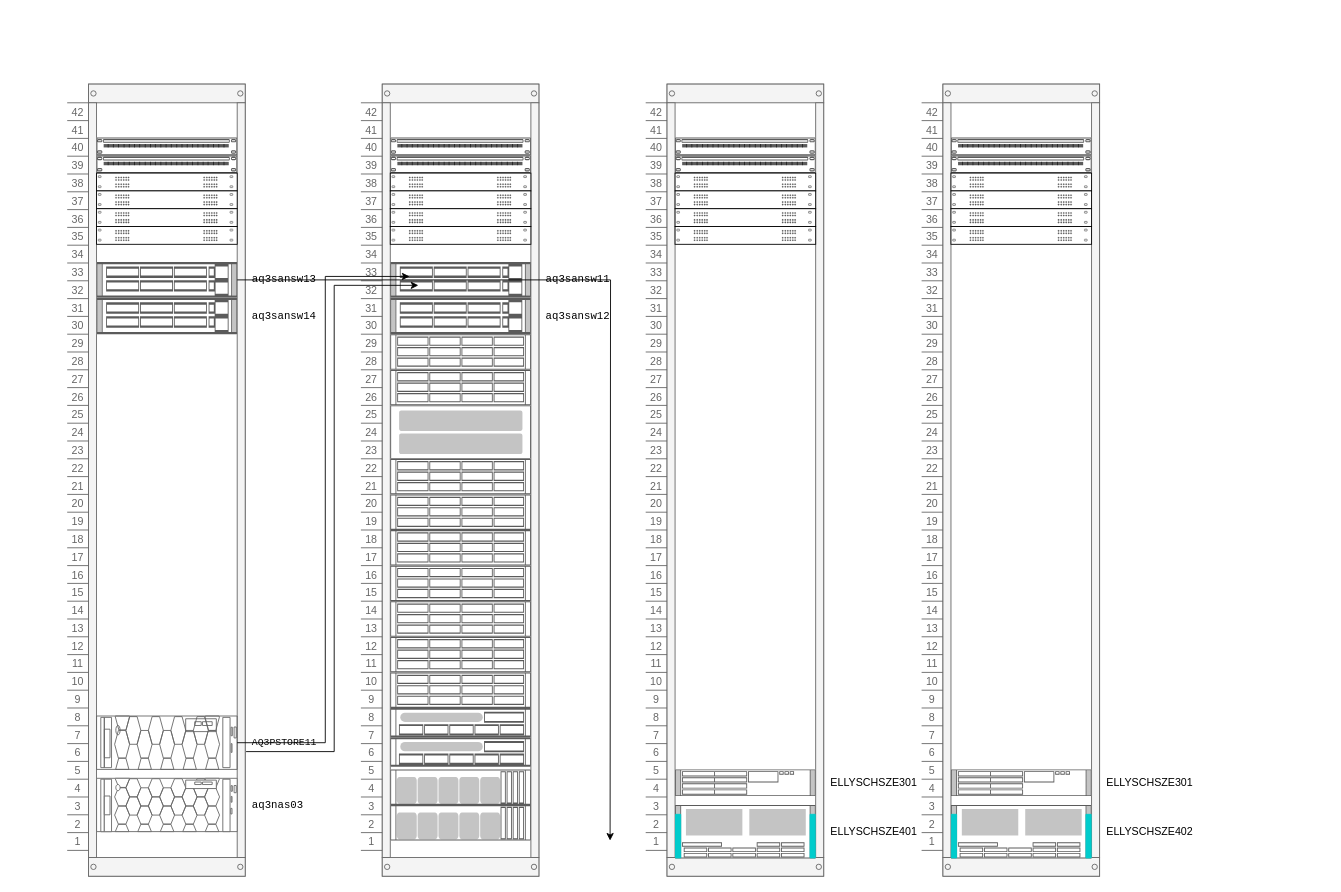
Above: storage.drawio in riku7032/draw (draw.io), before the change. Source tidied: cells renumbered, new cells numbered last; positions are measured from the earlier drawing's top-left corner, leaving out a move shared by most shapes. Both pictures are drawn from the tidied source at 89%, with x=0, y=0 at pixel (67, 84).
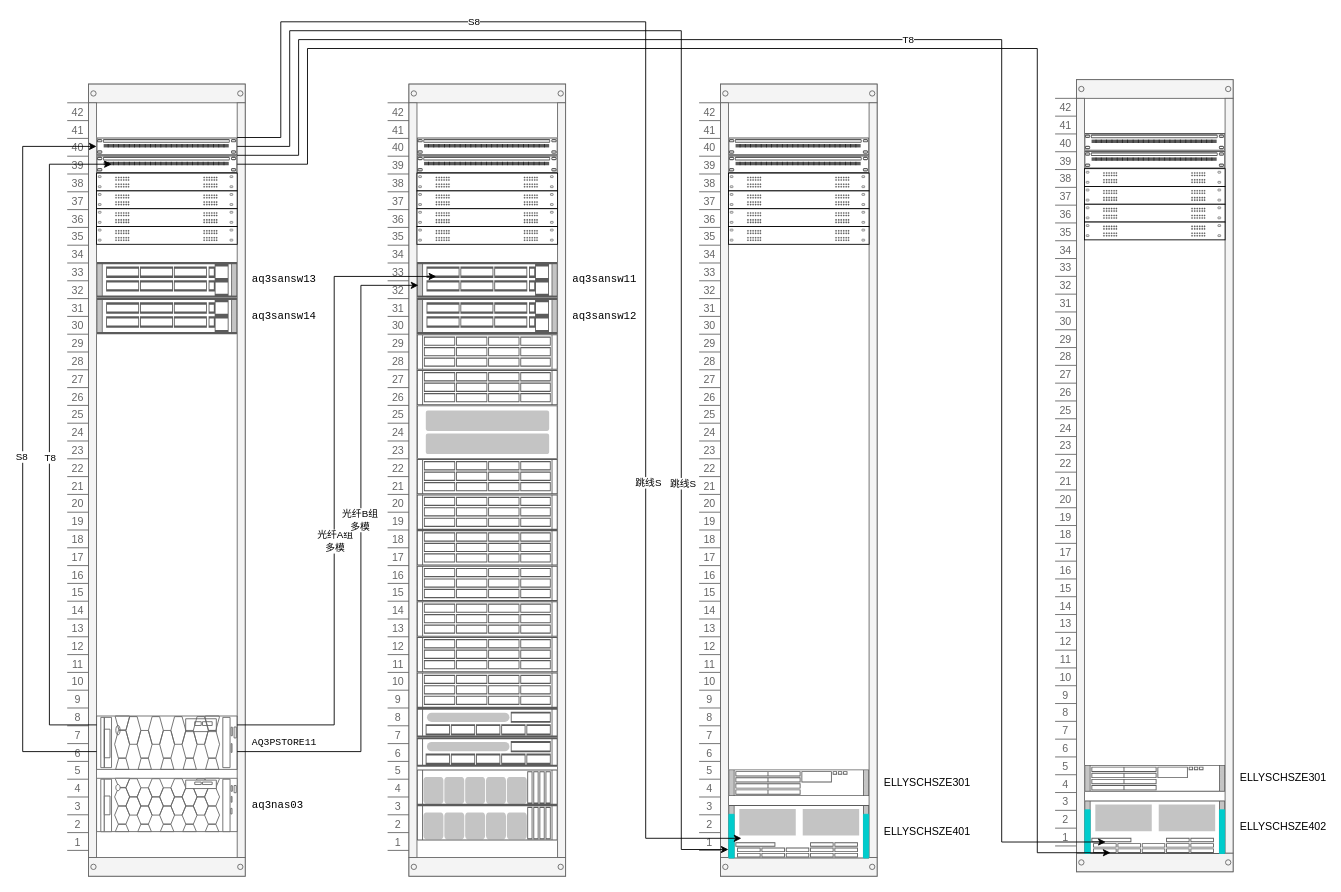
The same page after the edit.

Unchanged cells that the change refers to:
```xml
<mxCell id="2" style="strokeColor=#666666;html=1;verticalLabelPosition=bottom;labelBackgroundColor=#ffffff;verticalAlign=top;shadow=0;dashed=0;shape=mxgraph.rackGeneral.container;fillColor2=#f4f4f4;allowGaps=1;textColor=#666666;numDisp=ascend;" parent="1" vertex="1">
  <mxGeometry width="200" height="890" as="geometry" />
</mxCell>
<mxCell id="3" style="strokeColor=#666666;html=1;labelPosition=right;align=left;spacingLeft=15;shadow=0;dashed=0;outlineConnect=0;shape=mxgraph.rack.general.cat5e_rack_mount_patch_panel_24_ports;" parent="2" vertex="1">
  <mxGeometry x="33" y="60" width="158" height="20" as="geometry" />
</mxCell>
<mxCell id="4" style="strokeColor=#666666;html=1;labelPosition=right;align=left;spacingLeft=15;shadow=0;dashed=0;outlineConnect=0;shape=mxgraph.rack.general.cat5e_rack_mount_patch_panel_24_ports;" parent="2" vertex="1">
  <mxGeometry x="33" y="80" width="158" height="20" as="geometry" />
</mxCell>
<mxCell id="333" value="aq3sansw13" style="shape=mxgraph.rack.cisco.cisco_catalyst_4948_10_gigabit_ethernet_switch;html=1;labelPosition=right;align=left;spacingLeft=15;dashed=0;shadow=0;fillColor=#ffffff;fontFamily=Courier New;" parent="2" vertex="1">
  <mxGeometry x="33" y="200" width="158" height="40" as="geometry" />
</mxCell>
<mxCell id="335" value="&lt;font style=&quot;font-size: 11px&quot;&gt;AQ3PSTORE11&lt;/font&gt;" style="strokeColor=#666666;html=1;labelPosition=right;align=left;spacingLeft=15;shadow=0;dashed=0;outlineConnect=0;shape=mxgraph.rack.dell.poweredge_r7515;rounded=0;fontFamily=Courier New;fontSize=2;fillColor=none;" parent="2" vertex="1">
  <mxGeometry x="33" y="710" width="158" height="60" as="geometry" />
</mxCell>
<mxCell id="668" value="aq3sansw11" style="shape=mxgraph.rack.cisco.cisco_catalyst_4948_10_gigabit_ethernet_switch;html=1;labelPosition=right;align=left;spacingLeft=15;dashed=0;shadow=0;fillColor=#ffffff;fontFamily=Courier New;" parent="337" vertex="1">
  <mxGeometry x="33" y="200" width="158" height="40" as="geometry" />
</mxCell>
<mxCell id="1016" value="ELLYSCHSZE401" style="shape=mxgraph.rack.cisco.cisco_ucs_c460_m2_server;html=1;labelPosition=right;align=left;spacingLeft=15;dashed=0;shadow=0;fillColor=#ffffff;" parent="684" vertex="1">
  <mxGeometry x="33" y="810" width="158" height="60" as="geometry" />
</mxCell>
<mxCell id="1349" value="ELLYSCHSZE402" style="shape=mxgraph.rack.cisco.cisco_ucs_c460_m2_server;html=1;labelPosition=right;align=left;spacingLeft=15;dashed=0;shadow=0;fillColor=#ffffff;" parent="1017" vertex="1">
  <mxGeometry x="33" y="810" width="158" height="60" as="geometry" />
</mxCell>
```

Change to the diagram source:
```diff
@@
+    <mxCell id="1353" style="edgeStyle=orthogonalEdgeStyle;rounded=0;jettySize=auto;html=1;" parent="2" edge="1" source="335">
+      <mxGeometry relative="1" as="geometry">
+        <mxPoint x="50" y="90" as="targetPoint" />
+        <Array as="points">
+          <mxPoint x="-20" y="720" />
+          <mxPoint x="-20" y="90" />
+        </Array>
+      </mxGeometry>
+    </mxCell>
+    <mxCell id="1354" value="T8" style="edgeLabel;html=1;align=center;verticalAlign=middle;" parent="1353" vertex="1">
+      <mxGeometry x="-0.06" relative="1" as="geometry" />
+    </mxCell>
+    <mxCell id="1355" style="edgeStyle=orthogonalEdgeStyle;rounded=0;jettySize=auto;html=1;" parent="2" edge="1" source="335" target="3">
+      <mxGeometry relative="1" as="geometry">
+        <Array as="points">
+          <mxPoint x="-50" y="750" />
+          <mxPoint x="-50" y="70" />
+        </Array>
+      </mxGeometry>
+    </mxCell>
+    <mxCell id="1356" value="S8" style="edgeLabel;html=1;align=center;verticalAlign=middle;" parent="1355" vertex="1">
+      <mxGeometry x="-0.02" y="2" relative="1" as="geometry" />
+    </mxCell>
     <mxCell id="337" style="strokeColor=#666666;html=1;verticalLabelPosition=bottom;labelBackgroundColor=#ffffff;verticalAlign=top;shadow=0;dashed=0;shape=mxgraph.rackGeneral.container;fillColor2=#f4f4f4;allowGaps=1;textColor=#666666;numDisp=ascend;" parent="1" vertex="1">
-      <mxGeometry x="330" width="200" height="890" as="geometry" />
+      <mxGeometry x="360" width="200" height="890" as="geometry" />
     </mxCell>
@@
     <mxCell id="684" style="strokeColor=#666666;html=1;verticalLabelPosition=bottom;labelBackgroundColor=#ffffff;verticalAlign=top;shadow=0;dashed=0;shape=mxgraph.rackGeneral.container;fillColor2=#f4f4f4;allowGaps=1;textColor=#666666;numDisp=ascend;" parent="1" vertex="1">
-      <mxGeometry x="650" width="200" height="890" as="geometry" />
+      <mxGeometry x="710" width="200" height="890" as="geometry" />
     </mxCell>
@@
     <mxCell id="1017" style="strokeColor=#666666;html=1;verticalLabelPosition=bottom;labelBackgroundColor=#ffffff;verticalAlign=top;shadow=0;dashed=0;shape=mxgraph.rackGeneral.container;fillColor2=#f4f4f4;allowGaps=1;textColor=#666666;numDisp=ascend;" parent="1" vertex="1">
-      <mxGeometry x="960" width="200" height="890" as="geometry" />
+      <mxGeometry x="1110" y="-5" width="200" height="890" as="geometry" />
     </mxCell>
@@
     <mxCell id="1350" style="edgeStyle=orthogonalEdgeStyle;rounded=0;jettySize=auto;html=1;entryX=0.137;entryY=0.403;entryDx=0;entryDy=0;entryPerimeter=0;" parent="1" edge="1" source="335" target="668">
       <mxGeometry relative="1" as="geometry">
         <Array as="points">
-          <mxPoint x="290" y="740" />
-          <mxPoint x="290" y="216" />
+          <mxPoint x="300" y="720" />
+          <mxPoint x="300" y="216" />
         </Array>
       </mxGeometry>
     </mxCell>
+    <mxCell id="1357" value="光纤A组&lt;br&gt;多模" style="edgeLabel;html=1;align=center;verticalAlign=middle;" parent="1350" vertex="1">
+      <mxGeometry x="-0.13" relative="1" as="geometry" />
+    </mxCell>
-    <mxCell id="1351" style="edgeStyle=orthogonalEdgeStyle;rounded=0;orthogonalLoop=1;jettySize=auto;html=1;entryX=0.137;entryY=0.403;entryDx=0;entryDy=0;entryPerimeter=0;" parent="1" edge="1">
+    <mxCell id="1351" style="edgeStyle=orthogonalEdgeStyle;rounded=0;jettySize=auto;html=1;entryX=0.137;entryY=0.403;entryDx=0;entryDy=0;entryPerimeter=0;" parent="1" edge="1" source="335">
       <mxGeometry relative="1" as="geometry">
-        <mxPoint x="201" y="750" as="sourcePoint" />
         <mxPoint x="394.6" y="226.1" as="targetPoint" />
         <Array as="points">
-          <mxPoint x="300" y="750" />
-          <mxPoint x="300" y="226" />
+          <mxPoint x="330" y="750" />
+          <mxPoint x="330" y="226" />
         </Array>
       </mxGeometry>
     </mxCell>
+    <mxCell id="1358" value="光纤B组&lt;br&gt;多模" style="edgeLabel;html=1;align=center;verticalAlign=middle;" parent="1351" vertex="1">
+      <mxGeometry x="0.1" y="2" relative="1" as="geometry" />
+    </mxCell>
-    <mxCell id="1352" style="edgeStyle=orthogonalEdgeStyle;rounded=0;jettySize=auto;html=1;" parent="1" edge="1" source="333">
+    <mxCell id="1352" style="edgeStyle=orthogonalEdgeStyle;rounded=0;jettySize=auto;html=1;entryX=0.092;entryY=0.624;entryDx=0;entryDy=0;entryPerimeter=0;" parent="1" edge="1" source="3" target="1016">
       <mxGeometry relative="1" as="geometry">
-        <mxPoint x="610" y="850" as="targetPoint" />
+        <Array as="points">
+          <mxPoint x="240" y="60" />
+          <mxPoint x="240" y="-70" />
+          <mxPoint x="650" y="-70" />
+          <mxPoint x="650" y="847" />
+        </Array>
       </mxGeometry>
     </mxCell>
+    <mxCell id="1359" value="跳线S" style="edgeLabel;html=1;align=center;verticalAlign=middle;" parent="1352" vertex="1">
+      <mxGeometry x="0.37" y="2" relative="1" as="geometry" />
+    </mxCell>
+    <mxCell id="1360" value="S8" style="edgeLabel;html=1;align=center;verticalAlign=middle;" parent="1352" vertex="1">
+      <mxGeometry x="-0.51" y="1" relative="1" as="geometry" />
+    </mxCell>
+    <mxCell id="1361" style="edgeStyle=orthogonalEdgeStyle;rounded=0;jettySize=auto;html=1;entryX=0.151;entryY=0.776;entryDx=0;entryDy=0;entryPerimeter=0;" parent="1" edge="1" source="4" target="1349">
+      <mxGeometry relative="1" as="geometry">
+        <Array as="points">
+          <mxPoint x="260" y="80" />
+          <mxPoint x="260" y="-50" />
+          <mxPoint x="1050" y="-50" />
+          <mxPoint x="1050" y="852" />
+        </Array>
+      </mxGeometry>
+    </mxCell>
+    <mxCell id="1362" value="T8" style="edgeLabel;html=1;align=center;verticalAlign=middle;" parent="1361" vertex="1">
+      <mxGeometry x="-0.12" y="2" relative="1" as="geometry">
+        <mxPoint y="1" as="offset" />
+      </mxGeometry>
+    </mxCell>
+    <mxCell id="1363" style="edgeStyle=orthogonalEdgeStyle;rounded=0;jettySize=auto;html=1;" parent="1" edge="1" source="3" target="1016">
+      <mxGeometry relative="1" as="geometry">
+        <Array as="points">
+          <mxPoint x="250" y="70" />
+          <mxPoint x="250" y="-60" />
+          <mxPoint x="690" y="-60" />
+          <mxPoint x="690" y="860" />
+        </Array>
+      </mxGeometry>
+    </mxCell>
+    <mxCell id="1364" value="跳线S" style="edgeLabel;html=1;align=center;verticalAlign=middle;" parent="1363" vertex="1">
+      <mxGeometry x="0.42" y="1" relative="1" as="geometry" />
+    </mxCell>
+    <mxCell id="1365" style="edgeStyle=orthogonalEdgeStyle;rounded=0;jettySize=auto;html=1;entryX=0.185;entryY=0.977;entryDx=0;entryDy=0;entryPerimeter=0;" parent="1" edge="1" source="4" target="1349">
+      <mxGeometry relative="1" as="geometry">
+        <Array as="points">
+          <mxPoint x="270" y="90" />
+          <mxPoint x="270" y="-40" />
+          <mxPoint x="1090" y="-40" />
+          <mxPoint x="1090" y="864" />
+        </Array>
+      </mxGeometry>
+    </mxCell>
```
